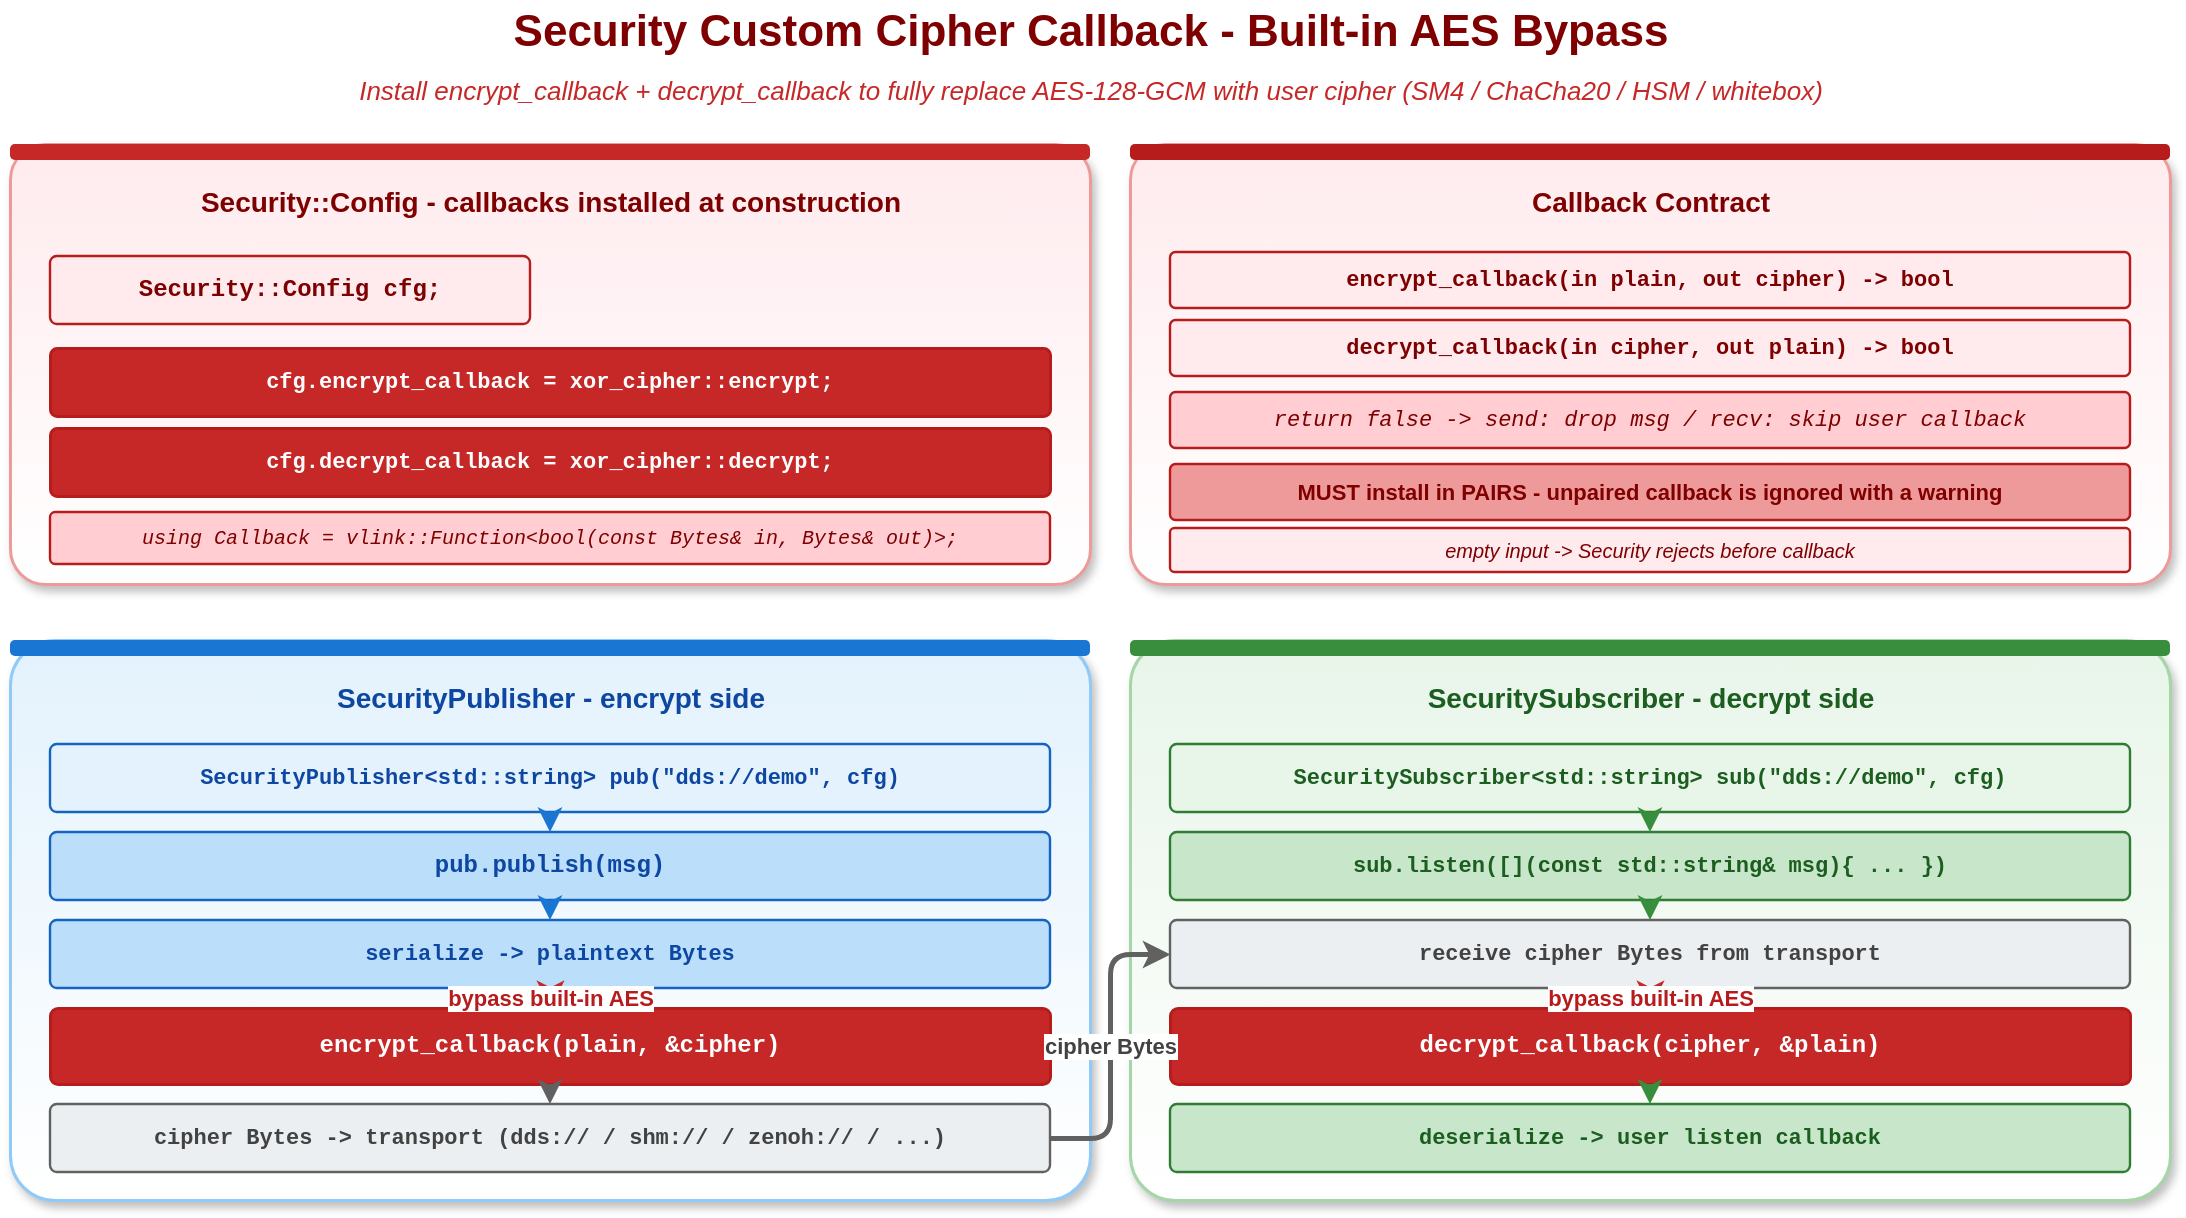
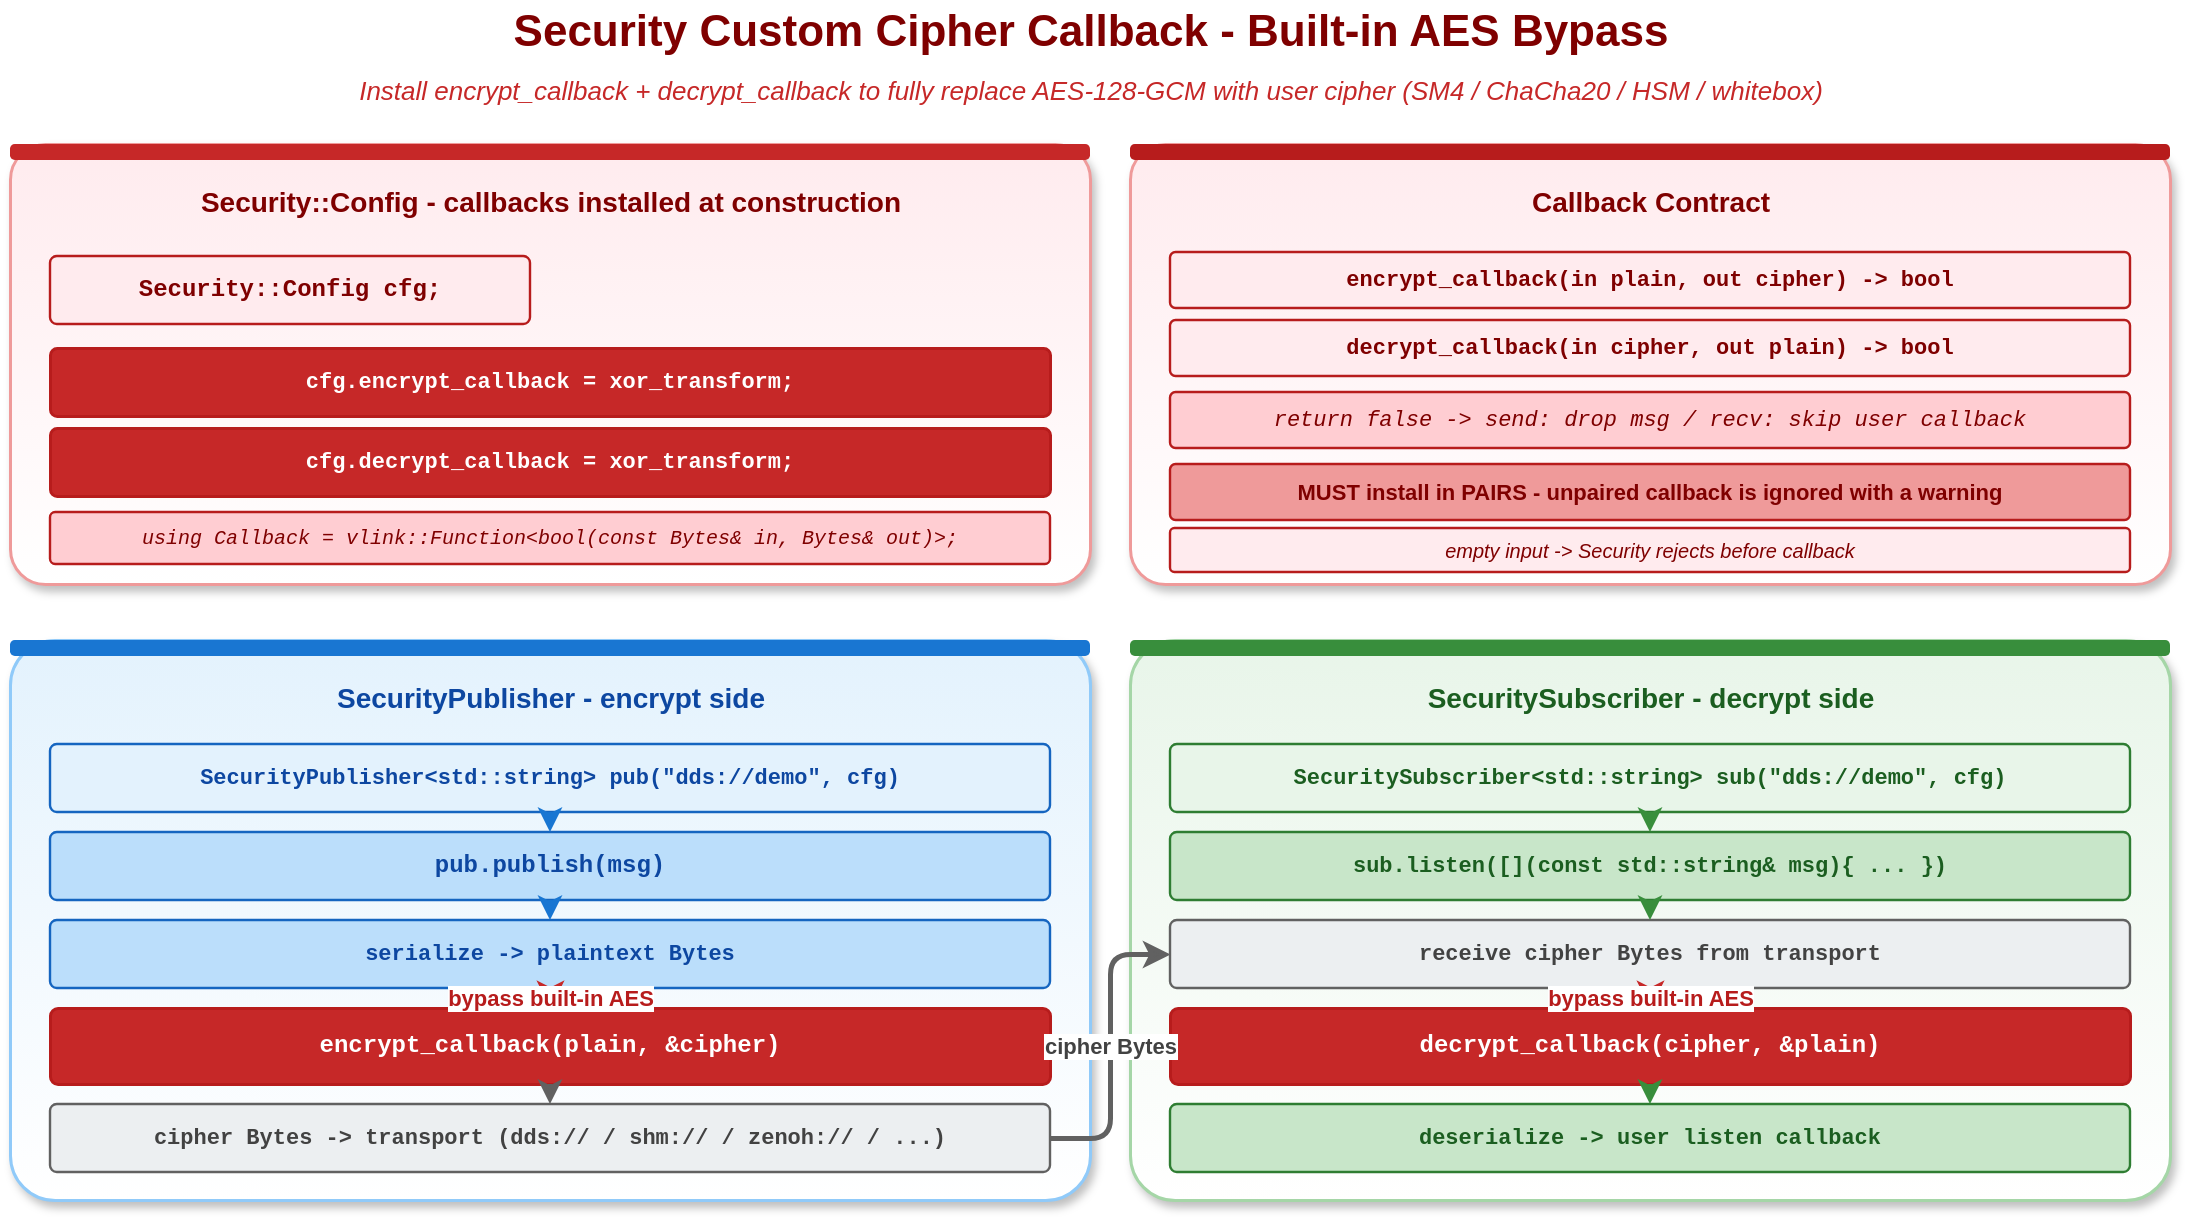
<mxfile host="app.diagrams.net" modified="2026-05-19T00:00:00.000Z" agent="Claude" version="24.0.0" type="device">
  <diagram id="security-custom-callback" name="Security Custom Callback">
    <mxGraphModel dx="1120" dy="640" grid="0" gridSize="10" guides="1" tooltips="1" connect="1" arrows="1" fold="1" page="1" pageScale="1" pageWidth="1120" pageHeight="640" math="0" shadow="0">
      <root>
        <mxCell id="0" />
        <mxCell id="1" parent="0" />

        <mxCell id="title" value="Security Custom Cipher Callback  -  Built-in AES Bypass" style="text;html=1;align=center;verticalAlign=middle;strokeColor=none;fillColor=none;fontSize=22;fontStyle=1;fontColor=#7f0000;" vertex="1" parent="1">
          <mxGeometry x="20" y="20" width="1080" height="32" as="geometry" />
        </mxCell>
        <mxCell id="sub" value="Install encrypt_callback + decrypt_callback to fully replace AES-128-GCM with user cipher (SM4 / ChaCha20 / HSM / whitebox)" style="text;html=1;align=center;verticalAlign=middle;strokeColor=none;fillColor=none;fontSize=13;fontStyle=2;fontColor=#c62828;" vertex="1" parent="1">
          <mxGeometry x="20" y="54" width="1080" height="22" as="geometry" />
        </mxCell>

        <!-- Top: Config (red) -->
        <mxCell id="cfgBg" value="" style="rounded=1;whiteSpace=wrap;html=1;fillColor=#ffffff;strokeColor=#ef9a9a;strokeWidth=1.5;arcSize=8;shadow=1;gradientColor=#ffebee;gradientDirection=north;" vertex="1" parent="1">
          <mxGeometry x="20" y="92" width="540" height="220" as="geometry" />
        </mxCell>
        <mxCell id="cfgBar" value="" style="rounded=1;whiteSpace=wrap;html=1;fillColor=#c62828;strokeColor=none;arcSize=30;" vertex="1" parent="1">
          <mxGeometry x="20" y="92" width="540" height="8" as="geometry" />
        </mxCell>
        <mxCell id="cfgT" value="Security::Config  -  callbacks installed at construction" style="text;html=1;align=center;verticalAlign=middle;strokeColor=none;fillColor=none;fontSize=14;fontStyle=1;fontColor=#7f0000;" vertex="1" parent="1">
          <mxGeometry x="20" y="108" width="540" height="26" as="geometry" />
        </mxCell>

        <mxCell id="cfg1" value="Security::Config cfg;" style="rounded=1;whiteSpace=wrap;html=1;fillColor=#ffebee;strokeColor=#b71c1c;strokeWidth=1.2;fontSize=12;fontFamily=Courier New;fontStyle=1;fontColor=#7f0000;arcSize=10;" vertex="1" parent="1">
          <mxGeometry x="40" y="148" width="240" height="34" as="geometry" />
        </mxCell>
-         <mxCell id="cfg2" value="cfg.encrypt_callback = xor_cipher::encrypt;" style="rounded=1;whiteSpace=wrap;html=1;fillColor=#c62828;strokeColor=#b71c1c;strokeWidth=1.5;fontSize=11;fontFamily=Courier New;fontStyle=1;fontColor=#ffffff;arcSize=10;" vertex="1" parent="1">
+         <mxCell id="cfg2" value="cfg.encrypt_callback = xor_transform;" style="rounded=1;whiteSpace=wrap;html=1;fillColor=#c62828;strokeColor=#b71c1c;strokeWidth=1.5;fontSize=11;fontFamily=Courier New;fontStyle=1;fontColor=#ffffff;arcSize=10;" vertex="1" parent="1">
          <mxGeometry x="40" y="194" width="500" height="34" as="geometry" />
        </mxCell>
-         <mxCell id="cfg3" value="cfg.decrypt_callback = xor_cipher::decrypt;" style="rounded=1;whiteSpace=wrap;html=1;fillColor=#c62828;strokeColor=#b71c1c;strokeWidth=1.5;fontSize=11;fontFamily=Courier New;fontStyle=1;fontColor=#ffffff;arcSize=10;" vertex="1" parent="1">
+         <mxCell id="cfg3" value="cfg.decrypt_callback = xor_transform;" style="rounded=1;whiteSpace=wrap;html=1;fillColor=#c62828;strokeColor=#b71c1c;strokeWidth=1.5;fontSize=11;fontFamily=Courier New;fontStyle=1;fontColor=#ffffff;arcSize=10;" vertex="1" parent="1">
          <mxGeometry x="40" y="234" width="500" height="34" as="geometry" />
        </mxCell>
        <mxCell id="cfgSig" value="using Callback = vlink::Function&amp;lt;bool(const Bytes&amp;amp; in, Bytes&amp;amp; out)&amp;gt;;" style="rounded=1;whiteSpace=wrap;html=1;fillColor=#ffcdd2;strokeColor=#b71c1c;strokeWidth=1.2;fontSize=10;fontFamily=Courier New;fontStyle=2;fontColor=#7f0000;arcSize=10;" vertex="1" parent="1">
          <mxGeometry x="40" y="276" width="500" height="26" as="geometry" />
        </mxCell>

        <!-- Top right: Pair contract -->
        <mxCell id="rulesBg" value="" style="rounded=1;whiteSpace=wrap;html=1;fillColor=#ffffff;strokeColor=#ef9a9a;strokeWidth=1.5;arcSize=8;shadow=1;gradientColor=#ffebee;gradientDirection=north;" vertex="1" parent="1">
          <mxGeometry x="580" y="92" width="520" height="220" as="geometry" />
        </mxCell>
        <mxCell id="rulesBar" value="" style="rounded=1;whiteSpace=wrap;html=1;fillColor=#b71c1c;strokeColor=none;arcSize=30;" vertex="1" parent="1">
          <mxGeometry x="580" y="92" width="520" height="8" as="geometry" />
        </mxCell>
        <mxCell id="rulesT" value="Callback Contract" style="text;html=1;align=center;verticalAlign=middle;strokeColor=none;fillColor=none;fontSize=14;fontStyle=1;fontColor=#7f0000;" vertex="1" parent="1">
          <mxGeometry x="580" y="108" width="520" height="26" as="geometry" />
        </mxCell>

        <mxCell id="rule1" value="encrypt_callback(in plain, out cipher) -&amp;gt; bool" style="rounded=1;whiteSpace=wrap;html=1;fillColor=#ffebee;strokeColor=#b71c1c;strokeWidth=1.2;fontSize=11;fontFamily=Courier New;fontStyle=1;fontColor=#7f0000;arcSize=10;" vertex="1" parent="1">
          <mxGeometry x="600" y="146" width="480" height="28" as="geometry" />
        </mxCell>
        <mxCell id="rule2" value="decrypt_callback(in cipher, out plain) -&amp;gt; bool" style="rounded=1;whiteSpace=wrap;html=1;fillColor=#ffebee;strokeColor=#b71c1c;strokeWidth=1.2;fontSize=11;fontFamily=Courier New;fontStyle=1;fontColor=#7f0000;arcSize=10;" vertex="1" parent="1">
          <mxGeometry x="600" y="180" width="480" height="28" as="geometry" />
        </mxCell>
        <mxCell id="rule3" value="return false  -&amp;gt;  send: drop msg  /  recv: skip user callback" style="rounded=1;whiteSpace=wrap;html=1;fillColor=#ffcdd2;strokeColor=#b71c1c;strokeWidth=1.2;fontSize=11;fontFamily=Courier New;fontStyle=2;fontColor=#7f0000;arcSize=10;" vertex="1" parent="1">
          <mxGeometry x="600" y="216" width="480" height="28" as="geometry" />
        </mxCell>
        <mxCell id="rule4" value="MUST install in PAIRS  -  unpaired callback is ignored with a warning" style="rounded=1;whiteSpace=wrap;html=1;fillColor=#ef9a9a;strokeColor=#b71c1c;strokeWidth=1.2;fontSize=11;fontStyle=1;fontColor=#7f0000;arcSize=10;" vertex="1" parent="1">
          <mxGeometry x="600" y="252" width="480" height="28" as="geometry" />
        </mxCell>
        <mxCell id="rule5" value="empty input -&amp;gt; Security rejects before callback" style="rounded=1;whiteSpace=wrap;html=1;fillColor=#ffebee;strokeColor=#b71c1c;strokeWidth=1.2;fontSize=10;fontStyle=2;fontColor=#7f0000;arcSize=10;" vertex="1" parent="1">
          <mxGeometry x="600" y="284" width="480" height="22" as="geometry" />
        </mxCell>

        <!-- Bottom: Encrypt path -->
        <mxCell id="pubBg" value="" style="rounded=1;whiteSpace=wrap;html=1;fillColor=#ffffff;strokeColor=#90caf9;strokeWidth=1.5;arcSize=8;shadow=1;gradientColor=#e3f2fd;gradientDirection=north;" vertex="1" parent="1">
          <mxGeometry x="20" y="340" width="540" height="280" as="geometry" />
        </mxCell>
        <mxCell id="pubBar" value="" style="rounded=1;whiteSpace=wrap;html=1;fillColor=#1976d2;strokeColor=none;arcSize=30;" vertex="1" parent="1">
          <mxGeometry x="20" y="340" width="540" height="8" as="geometry" />
        </mxCell>
        <mxCell id="pubT" value="SecurityPublisher  -  encrypt side" style="text;html=1;align=center;verticalAlign=middle;strokeColor=none;fillColor=none;fontSize=14;fontStyle=1;fontColor=#0d47a1;" vertex="1" parent="1">
          <mxGeometry x="20" y="356" width="540" height="26" as="geometry" />
        </mxCell>

        <mxCell id="pb1" value="SecurityPublisher&amp;lt;std::string&amp;gt; pub(&quot;dds://demo&quot;, cfg)" style="rounded=1;whiteSpace=wrap;html=1;fillColor=#e3f2fd;strokeColor=#1565c0;strokeWidth=1.2;fontSize=11;fontFamily=Courier New;fontStyle=1;fontColor=#0d47a1;arcSize=10;" vertex="1" parent="1">
          <mxGeometry x="40" y="392" width="500" height="34" as="geometry" />
        </mxCell>
        <mxCell id="pb2" value="pub.publish(msg)" style="rounded=1;whiteSpace=wrap;html=1;fillColor=#bbdefb;strokeColor=#1565c0;strokeWidth=1.2;fontSize=12;fontFamily=Courier New;fontStyle=1;fontColor=#0d47a1;arcSize=10;" vertex="1" parent="1">
          <mxGeometry x="40" y="436" width="500" height="34" as="geometry" />
        </mxCell>
        <mxCell id="pb3" value="serialize -&amp;gt; plaintext Bytes" style="rounded=1;whiteSpace=wrap;html=1;fillColor=#bbdefb;strokeColor=#1565c0;strokeWidth=1.2;fontSize=11;fontFamily=Courier New;fontStyle=1;fontColor=#0d47a1;arcSize=10;" vertex="1" parent="1">
          <mxGeometry x="40" y="480" width="500" height="34" as="geometry" />
        </mxCell>
        <mxCell id="pb4" value="encrypt_callback(plain, &amp;amp;cipher)" style="rounded=1;whiteSpace=wrap;html=1;fillColor=#c62828;strokeColor=#b71c1c;strokeWidth=1.5;fontSize=12;fontFamily=Courier New;fontStyle=1;fontColor=#ffffff;arcSize=10;" vertex="1" parent="1">
          <mxGeometry x="40" y="524" width="500" height="38" as="geometry" />
        </mxCell>
        <mxCell id="pb5" value="cipher Bytes -&amp;gt; transport (dds:// / shm:// / zenoh:// / ...)" style="rounded=1;whiteSpace=wrap;html=1;fillColor=#eceff1;strokeColor=#616161;strokeWidth=1.2;fontSize=11;fontFamily=Courier New;fontStyle=1;fontColor=#424242;arcSize=10;" vertex="1" parent="1">
          <mxGeometry x="40" y="572" width="500" height="34" as="geometry" />
        </mxCell>

        <!-- Bottom right: Decrypt path -->
        <mxCell id="subBg" value="" style="rounded=1;whiteSpace=wrap;html=1;fillColor=#ffffff;strokeColor=#a5d6a7;strokeWidth=1.5;arcSize=8;shadow=1;gradientColor=#e8f5e9;gradientDirection=north;" vertex="1" parent="1">
          <mxGeometry x="580" y="340" width="520" height="280" as="geometry" />
        </mxCell>
        <mxCell id="subBar" value="" style="rounded=1;whiteSpace=wrap;html=1;fillColor=#388e3c;strokeColor=none;arcSize=30;" vertex="1" parent="1">
          <mxGeometry x="580" y="340" width="520" height="8" as="geometry" />
        </mxCell>
        <mxCell id="subT" value="SecuritySubscriber  -  decrypt side" style="text;html=1;align=center;verticalAlign=middle;strokeColor=none;fillColor=none;fontSize=14;fontStyle=1;fontColor=#1b5e20;" vertex="1" parent="1">
          <mxGeometry x="580" y="356" width="520" height="26" as="geometry" />
        </mxCell>

        <mxCell id="sb1" value="SecuritySubscriber&amp;lt;std::string&amp;gt; sub(&quot;dds://demo&quot;, cfg)" style="rounded=1;whiteSpace=wrap;html=1;fillColor=#e8f5e9;strokeColor=#2e7d32;strokeWidth=1.2;fontSize=11;fontFamily=Courier New;fontStyle=1;fontColor=#1b5e20;arcSize=10;" vertex="1" parent="1">
          <mxGeometry x="600" y="392" width="480" height="34" as="geometry" />
        </mxCell>
        <mxCell id="sb2" value="sub.listen([](const std::string&amp;amp; msg){ ... })" style="rounded=1;whiteSpace=wrap;html=1;fillColor=#c8e6c9;strokeColor=#2e7d32;strokeWidth=1.2;fontSize=11;fontFamily=Courier New;fontStyle=1;fontColor=#1b5e20;arcSize=10;" vertex="1" parent="1">
          <mxGeometry x="600" y="436" width="480" height="34" as="geometry" />
        </mxCell>
        <mxCell id="sb3" value="receive cipher Bytes from transport" style="rounded=1;whiteSpace=wrap;html=1;fillColor=#eceff1;strokeColor=#616161;strokeWidth=1.2;fontSize=11;fontFamily=Courier New;fontStyle=1;fontColor=#424242;arcSize=10;" vertex="1" parent="1">
          <mxGeometry x="600" y="480" width="480" height="34" as="geometry" />
        </mxCell>
        <mxCell id="sb4" value="decrypt_callback(cipher, &amp;amp;plain)" style="rounded=1;whiteSpace=wrap;html=1;fillColor=#c62828;strokeColor=#b71c1c;strokeWidth=1.5;fontSize=12;fontFamily=Courier New;fontStyle=1;fontColor=#ffffff;arcSize=10;" vertex="1" parent="1">
          <mxGeometry x="600" y="524" width="480" height="38" as="geometry" />
        </mxCell>
        <mxCell id="sb5" value="deserialize -&amp;gt; user listen callback" style="rounded=1;whiteSpace=wrap;html=1;fillColor=#c8e6c9;strokeColor=#2e7d32;strokeWidth=1.2;fontSize=11;fontFamily=Courier New;fontStyle=1;fontColor=#1b5e20;arcSize=10;" vertex="1" parent="1">
          <mxGeometry x="600" y="572" width="480" height="34" as="geometry" />
        </mxCell>

        <!-- arrows pub -->
        <mxCell id="apb1" style="endArrow=classic;endFill=1;html=1;strokeWidth=2;strokeColor=#1976d2;exitX=0.5;exitY=1;entryX=0.5;entryY=0;rounded=1;" edge="1" parent="1" source="pb1" target="pb2">
          <mxGeometry relative="1" as="geometry" />
        </mxCell>
        <mxCell id="apb2" style="endArrow=classic;endFill=1;html=1;strokeWidth=2;strokeColor=#1976d2;exitX=0.5;exitY=1;entryX=0.5;entryY=0;rounded=1;" edge="1" parent="1" source="pb2" target="pb3">
          <mxGeometry relative="1" as="geometry" />
        </mxCell>
        <mxCell id="apb3" value="bypass built-in AES" style="endArrow=classic;endFill=1;html=1;strokeWidth=2.5;strokeColor=#c62828;exitX=0.5;exitY=1;entryX=0.5;entryY=0;rounded=1;fontSize=11;fontStyle=1;fontColor=#b71c1c;labelBackgroundColor=#ffffff;" edge="1" parent="1" source="pb3" target="pb4">
          <mxGeometry relative="1" as="geometry" />
        </mxCell>
        <mxCell id="apb4" style="endArrow=classic;endFill=1;html=1;strokeWidth=2;strokeColor=#616161;exitX=0.5;exitY=1;entryX=0.5;entryY=0;rounded=1;" edge="1" parent="1" source="pb4" target="pb5">
          <mxGeometry relative="1" as="geometry" />
        </mxCell>

        <!-- arrows sub -->
        <mxCell id="asb1" style="endArrow=classic;endFill=1;html=1;strokeWidth=2;strokeColor=#388e3c;exitX=0.5;exitY=1;entryX=0.5;entryY=0;rounded=1;" edge="1" parent="1" source="sb1" target="sb2">
          <mxGeometry relative="1" as="geometry" />
        </mxCell>
        <mxCell id="asb2" style="endArrow=classic;endFill=1;html=1;strokeWidth=2;strokeColor=#388e3c;exitX=0.5;exitY=1;entryX=0.5;entryY=0;rounded=1;" edge="1" parent="1" source="sb2" target="sb3">
          <mxGeometry relative="1" as="geometry" />
        </mxCell>
        <mxCell id="asb3" value="bypass built-in AES" style="endArrow=classic;endFill=1;html=1;strokeWidth=2.5;strokeColor=#c62828;exitX=0.5;exitY=1;entryX=0.5;entryY=0;rounded=1;fontSize=11;fontStyle=1;fontColor=#b71c1c;labelBackgroundColor=#ffffff;" edge="1" parent="1" source="sb3" target="sb4">
          <mxGeometry relative="1" as="geometry" />
        </mxCell>
        <mxCell id="asb4" style="endArrow=classic;endFill=1;html=1;strokeWidth=2;strokeColor=#388e3c;exitX=0.5;exitY=1;entryX=0.5;entryY=0;rounded=1;" edge="1" parent="1" source="sb4" target="sb5">
          <mxGeometry relative="1" as="geometry" />
        </mxCell>

        <!-- cross transport -->
        <mxCell id="acrx" value="cipher Bytes" style="endArrow=classic;endFill=1;html=1;strokeWidth=2.5;strokeColor=#616161;exitX=1;exitY=0.5;entryX=0;entryY=0.5;rounded=1;edgeStyle=orthogonalEdgeStyle;fontSize=11;fontStyle=1;fontColor=#424242;labelBackgroundColor=#ffffff;" edge="1" parent="1" source="pb5" target="sb3">
          <mxGeometry relative="1" as="geometry" />
        </mxCell>

      </root>
    </mxGraphModel>
  </diagram>
</mxfile>
